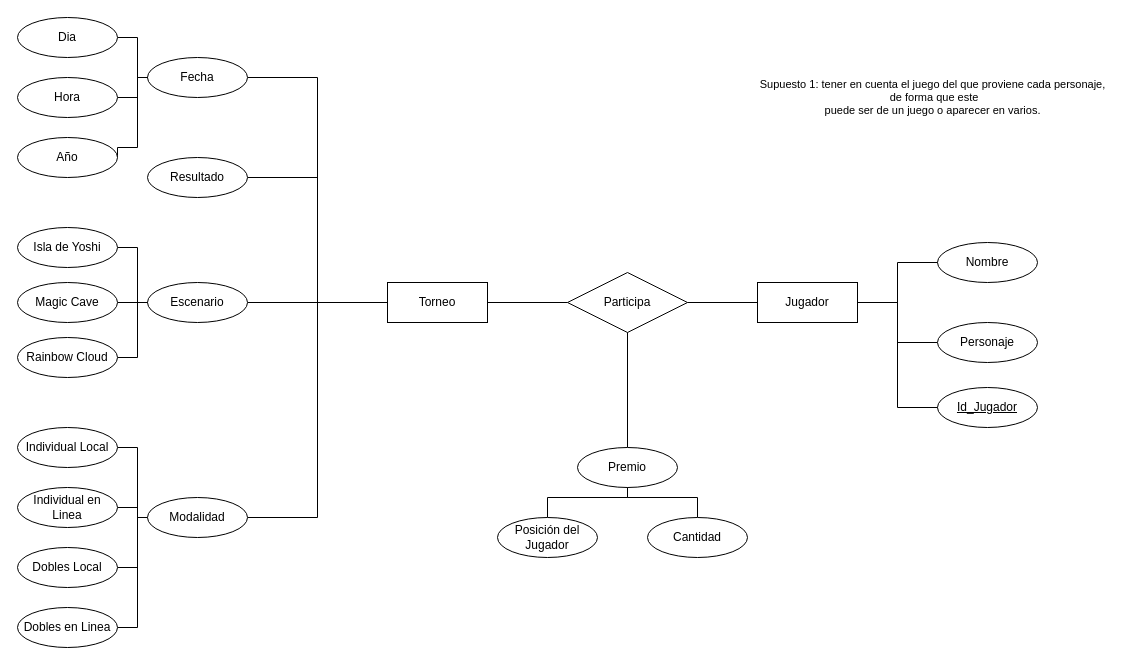
This is Modelamiento/Mario Tenis.drawio from Ju4nox/UCM, a draw.io file, before an edit. Source tidied: cells renumbered, new cells numbered last; positions are measured from the earlier drawing's top-left corner, leaving out a move shared by most shapes. Both pictures are drawn from the tidied source at 100%, with x=0, y=0 at pixel (17, 17).
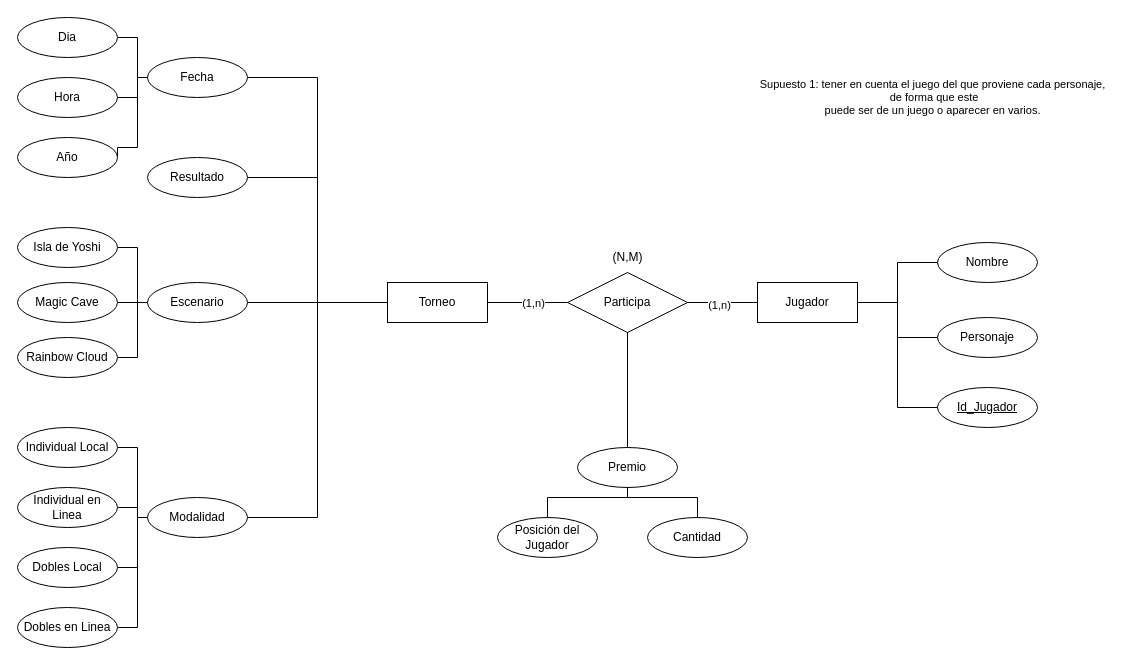
After the change.

The change refers to these unchanged cells:
```xml
<mxCell id="6" style="edgeStyle=orthogonalEdgeStyle;shape=connector;rounded=0;jettySize=auto;html=1;strokeColor=default;align=center;verticalAlign=middle;fontFamily=Helvetica;fontSize=11;fontColor=default;labelBackgroundColor=default;startFill=0;endArrow=none;" parent="1" edge="1" source="7" target="2">
  <mxGeometry relative="1" as="geometry" />
</mxCell>
<mxCell id="38" style="edgeStyle=orthogonalEdgeStyle;shape=connector;rounded=0;jettySize=auto;html=1;strokeColor=default;align=center;verticalAlign=middle;fontFamily=Helvetica;fontSize=11;fontColor=default;labelBackgroundColor=default;startFill=0;endArrow=none;" parent="1" edge="1" source="40" target="7">
  <mxGeometry relative="1" as="geometry" />
</mxCell>
```

What changed in the source:
```diff
@@
+    <mxCell id="48" value="(1,n)" style="edgeLabel;html=1;align=center;verticalAlign=middle;" parent="6" vertex="1">
+      <mxGeometry x="-0.12" relative="1" as="geometry" />
+    </mxCell>
@@
     <mxCell id="33" value="Personaje" style="ellipse;whiteSpace=wrap;html=1;align=center;" parent="1" vertex="1">
-      <mxGeometry x="920" y="305" width="100" height="40" as="geometry" />
+      <mxGeometry x="920" y="300" width="100" height="40" as="geometry" />
     </mxCell>
@@
+    <mxCell id="49" value="(1,n)" style="edgeLabel;html=1;align=center;verticalAlign=middle;" parent="38" vertex="1">
+      <mxGeometry x="0.11" y="2" relative="1" as="geometry" />
+    </mxCell>
@@
+    <mxCell id="50" value="(N,M)" style="text;html=1;align=center;verticalAlign=middle;strokeColor=none;fillColor=none;" parent="1" vertex="1">
+      <mxGeometry x="585" y="225" width="50" height="30" as="geometry" />
+    </mxCell>
```
